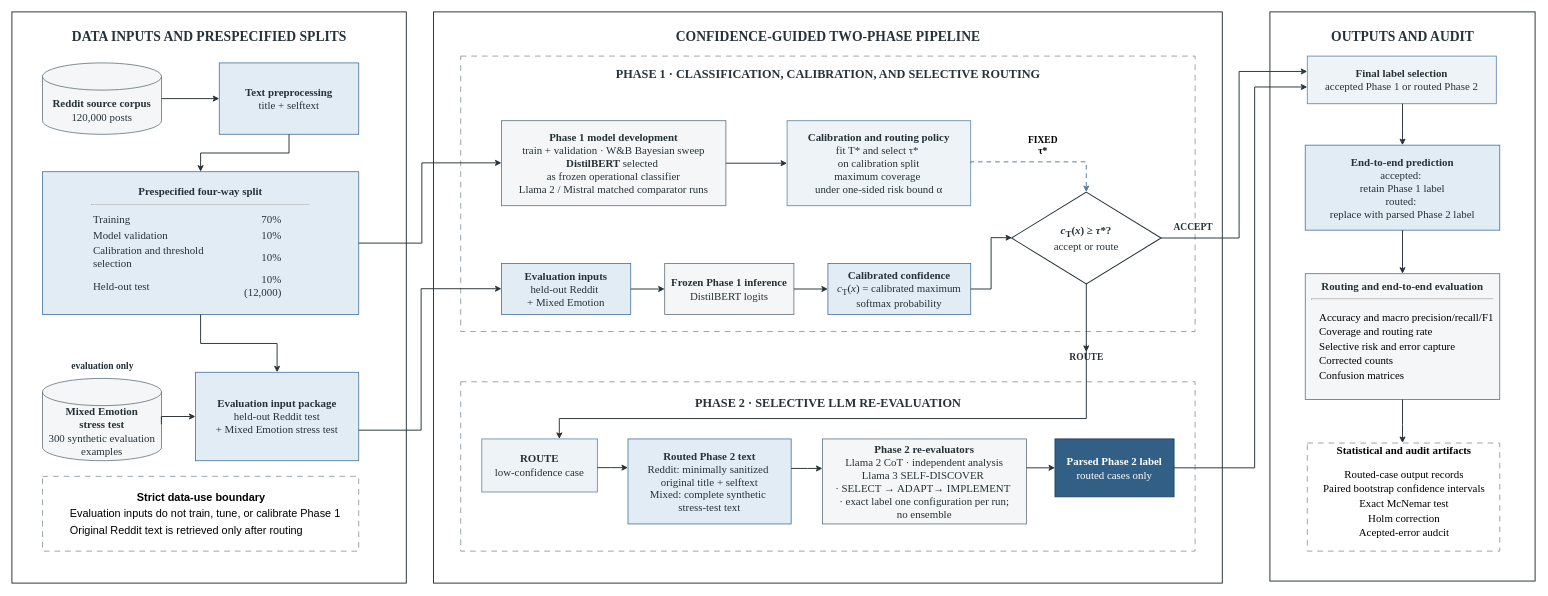
Earlier version of the draw.io diagram docs/figures/architecture/confidence_guided_two_phase_architecture.drawio (WoojinPark-Jay/confidence-guided-llm-reasoning-depression-risk-emotion). Source tidied: cells renumbered, new cells numbered last; positions are measured from the earlier drawing's top-left corner, leaving out a move shared by most shapes. Both pictures are drawn from the tidied source at 68%, with x=0, y=0 at pixel (12, 12).
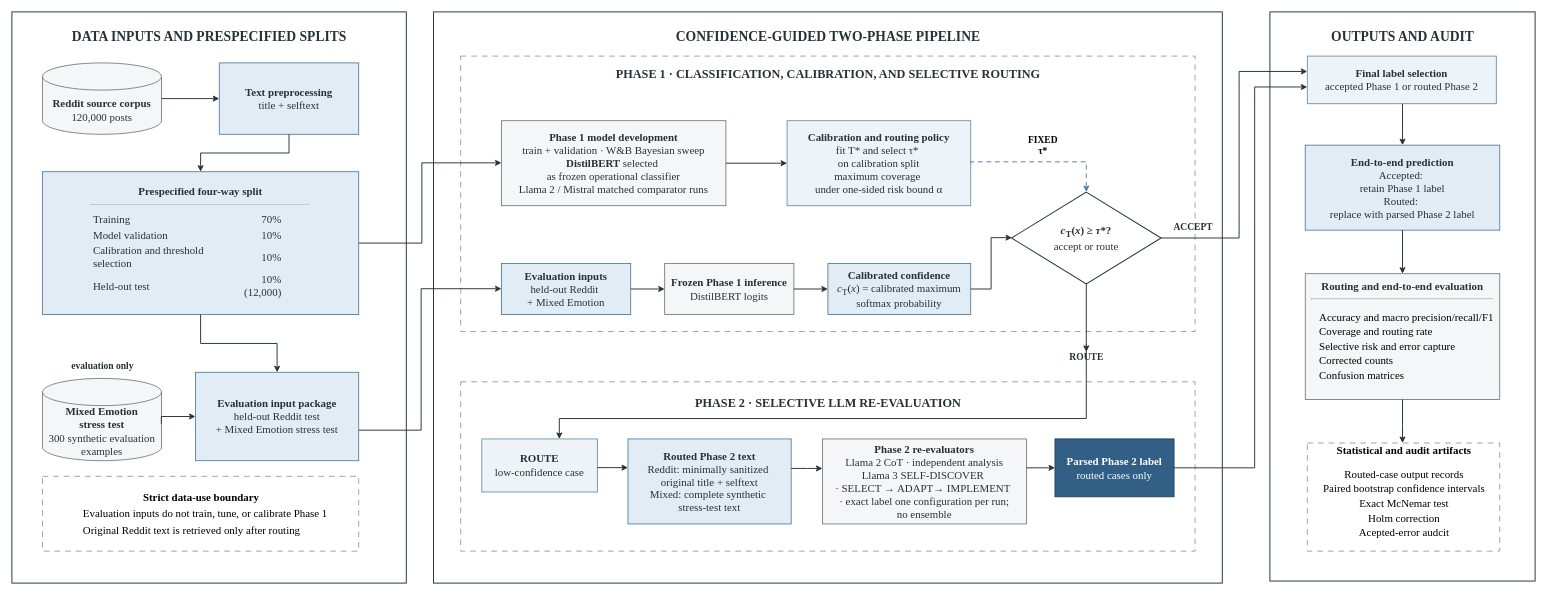
The same diagram, later.

Commit message (it also covers changes not shown here):
Replace architecture with final approved figure

What changed in the source:
```diff
@@
-    <mxCell id="13" value="&lt;b&gt;Strict data-use boundary&lt;/b&gt;&lt;br&gt;&lt;div style=&quot;text-align: left; padding-left: 12px; padding-top: 5px;&quot;&gt;Evaluation inputs do not train, tune, or calibrate Phase 1&lt;/div&gt;&lt;div style=&quot;text-align: left; padding-left: 12px; padding-top: 5px;&quot;&gt;Original Reddit text is retrieved only after routing&lt;/div&gt;" style="rounded=0;html=1;fillColor=none;strokeColor=#87939B;strokeWidth=1.2;dashed=1;dashPattern=7 6;fontSize=16;" parent="1" vertex="1">
+    <mxCell id="13" value="&lt;font face=&quot;Times New Roman&quot;&gt;&lt;b&gt;Strict data-use boundary&lt;/b&gt;&lt;br&gt;&lt;/font&gt;&lt;div style=&quot;text-align: left; padding-left: 12px; padding-top: 5px;&quot;&gt;&lt;font face=&quot;Times New Roman&quot;&gt;Evaluation inputs do not train, tune, or calibrate Phase 1&lt;/font&gt;&lt;/div&gt;&lt;div style=&quot;text-align: left; padding-left: 12px; padding-top: 5px;&quot;&gt;&lt;font face=&quot;Times New Roman&quot;&gt;Original Reddit text is retrieved only after routing&lt;/font&gt;&lt;/div&gt;" style="rounded=0;html=1;fillColor=none;strokeColor=#87939B;strokeWidth=1.2;dashed=1;dashPattern=7 6;fontSize=16;" parent="1" vertex="1">
       <mxGeometry x="45" y="683" width="465" height="110" as="geometry" />
     </mxCell>
@@
-    <mxCell id="28" value="&lt;b&gt;End-to-end prediction&lt;/b&gt;&lt;br&gt;&lt;span&gt;accepted:&amp;nbsp;&lt;/span&gt;&lt;div&gt;&lt;span&gt;retain Phase 1 label&lt;br&gt;routed:&amp;nbsp;&lt;/span&gt;&lt;/div&gt;&lt;div&gt;&lt;span&gt;replace with parsed Phase 2 label&lt;/span&gt;&lt;/div&gt;" style="rounded=0;html=1;whiteSpace=wrap;fillColor=#E2ECF4;strokeColor=#547EA2;strokeWidth=1.3;fontSize=16;fontFamily=Times New Roman;fontColor=#263238;align=center;verticalAlign=middle;" parent="1" vertex="1">
+    <mxCell id="28" value="&lt;b&gt;End-to-end prediction&lt;/b&gt;&lt;br&gt;&lt;span&gt;Accepted:&amp;nbsp;&lt;/span&gt;&lt;div&gt;&lt;span&gt;retain Phase 1 label&lt;br&gt;Routed:&amp;nbsp;&lt;/span&gt;&lt;/div&gt;&lt;div&gt;&lt;span&gt;replace with parsed Phase 2 label&lt;/span&gt;&lt;/div&gt;" style="rounded=0;html=1;whiteSpace=wrap;fillColor=#E2ECF4;strokeColor=#547EA2;strokeWidth=1.3;fontSize=16;fontFamily=Times New Roman;fontColor=#263238;align=center;verticalAlign=middle;" parent="1" vertex="1">
       <mxGeometry x="1902" y="196" width="286" height="125" as="geometry" />
     </mxCell>
```
